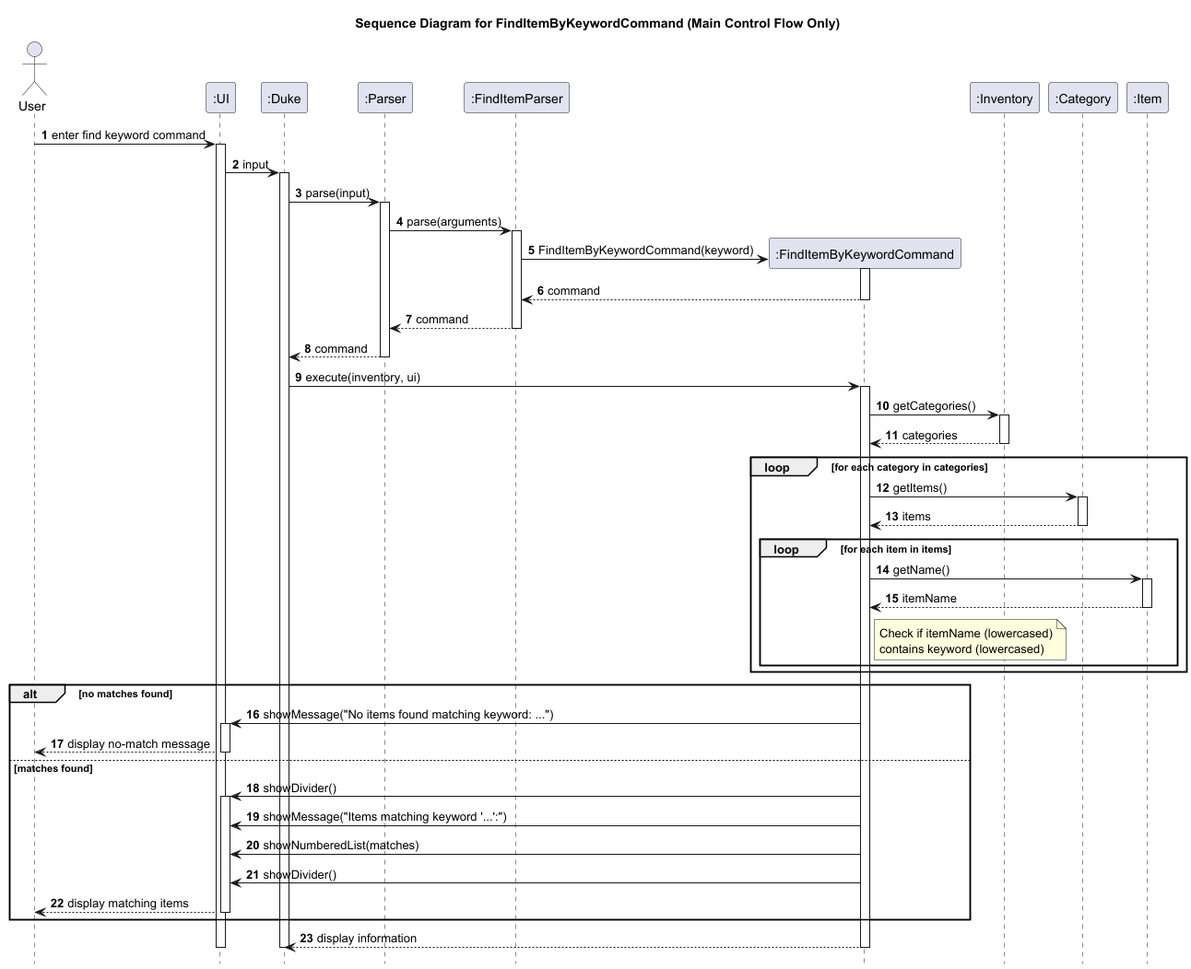
This is docs/diagrams/FindItemByKeywordCommandMainFlow-Sequence_Diagram_for_FindItemByKeywordCommand__Main_Control_Flow_Only_.png from yueyang1111/tp, a PlantUML export, as it was before one commit.
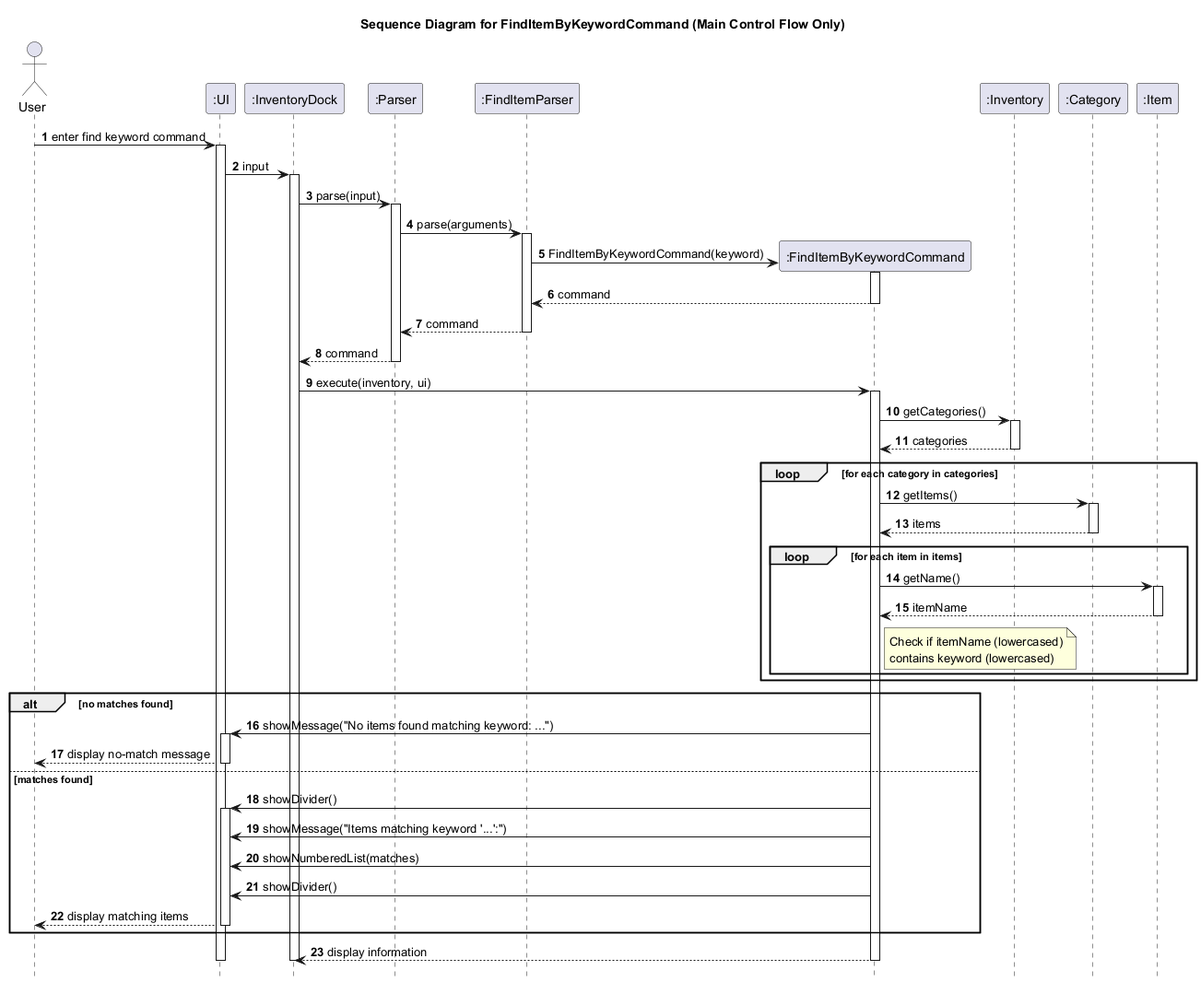
The same diagram one commit later.

Change to the diagram source:
```diff
@@ -6,7 +6,7 @@
 
 actor User
 participant ":UI" as UI
-participant ":Duke" as Duke
+participant ":InventoryDock" as InventoryDock
 participant ":Parser" as Parser
 participant ":FindItemParser" as FindItemParser
 participant ":FindItemByKeywordCommand" as FindItemByKeywordCommand
@@ -16,9 +16,9 @@
 
 User -> UI: enter find keyword command
 activate UI
-UI -> Duke: input
-activate Duke
-Duke -> Parser: parse(input)
+UI -> InventoryDock: input
+activate InventoryDock
+InventoryDock -> Parser: parse(input)
 activate Parser
 
 Parser -> FindItemParser: parse(arguments)
@@ -30,10 +30,10 @@
 deactivate FindItemByKeywordCommand
 FindItemParser --> Parser: command
 deactivate FindItemParser
-Parser --> Duke: command
+Parser --> InventoryDock: command
 deactivate Parser
 
-Duke -> FindItemByKeywordCommand: execute(inventory, ui)
+InventoryDock -> FindItemByKeywordCommand: execute(inventory, ui)
 activate FindItemByKeywordCommand
 FindItemByKeywordCommand -> Inventory: getCategories()
 activate Inventory
@@ -74,8 +74,8 @@
     deactivate UI
 end
 
-FindItemByKeywordCommand --> Duke: display information
+FindItemByKeywordCommand --> InventoryDock: display information
 deactivate FindItemByKeywordCommand
-deactivate Duke
+deactivate InventoryDock
 deactivate UI
 @enduml
```
